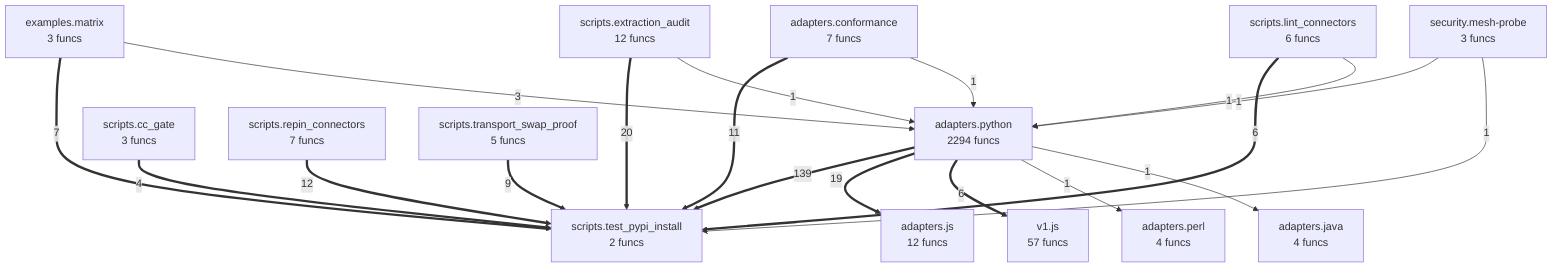
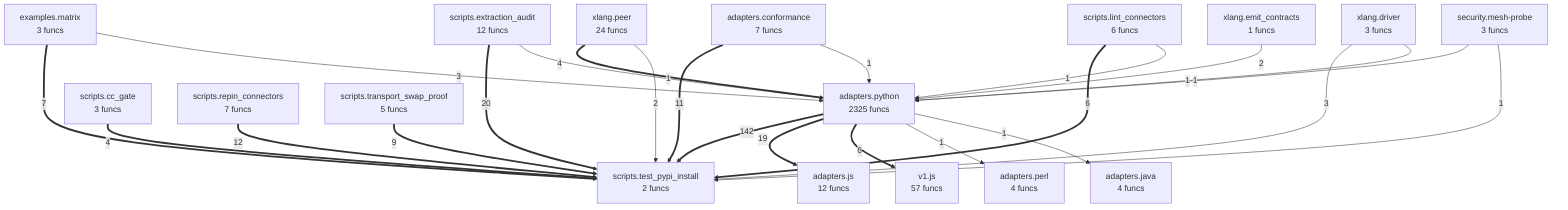
flowchart TD
- %% generated in 0.19s
+ %% generated in 0.16s
    adapters__conformance["adapters.conformance<br/>7 funcs"]
    adapters__java["adapters.java<br/>4 funcs"]
    adapters__js["adapters.js<br/>12 funcs"]
    adapters__perl["adapters.perl<br/>4 funcs"]
-     adapters__python["adapters.python<br/>2294 funcs"]
+     adapters__python["adapters.python<br/>2325 funcs"]
    examples__matrix["examples.matrix<br/>3 funcs"]
    scripts__cc_gate["scripts.cc_gate<br/>3 funcs"]
    scripts__extraction_audit["scripts.extraction_audit<br/>12 funcs"]
    scripts__lint_connectors["scripts.lint_connectors<br/>6 funcs"]
    scripts__repin_connectors["scripts.repin_connectors<br/>7 funcs"]
    scripts__test_pypi_install["scripts.test_pypi_install<br/>2 funcs"]
    scripts__transport_swap_proof["scripts.transport_swap_proof<br/>5 funcs"]
    security__mesh_probe["security.mesh-probe<br/>3 funcs"]
    v1__js["v1.js<br/>57 funcs"]
-     adapters__python ==>|139| scripts__test_pypi_install
+     xlang__driver["xlang.driver<br/>3 funcs"]
+     xlang__emit_contracts["xlang.emit_contracts<br/>1 funcs"]
+     xlang__peer["xlang.peer<br/>24 funcs"]
+     adapters__python ==>|142| scripts__test_pypi_install
    scripts__extraction_audit ==>|20| scripts__test_pypi_install
    adapters__python ==>|19| adapters__js
    scripts__repin_connectors ==>|12| scripts__test_pypi_install
    adapters__conformance ==>|11| scripts__test_pypi_install
    scripts__transport_swap_proof ==>|9| scripts__test_pypi_install
    examples__matrix ==>|7| scripts__test_pypi_install
    scripts__lint_connectors ==>|6| scripts__test_pypi_install
    adapters__python ==>|6| v1__js
    scripts__cc_gate ==>|4| scripts__test_pypi_install
+     xlang__peer ==>|4| adapters__python
    examples__matrix -->|3| adapters__python
+     xlang__driver -->|3| scripts__test_pypi_install
+     xlang__emit_contracts -->|2| adapters__python
+     xlang__peer -->|2| scripts__test_pypi_install
    security__mesh_probe -->|1| adapters__python
    security__mesh_probe -->|1| scripts__test_pypi_install
    scripts__lint_connectors -->|1| adapters__python
    scripts__extraction_audit -->|1| adapters__python
    adapters__conformance -->|1| adapters__python
    adapters__python -->|1| adapters__perl
    adapters__python -->|1| adapters__java
+     xlang__driver -->|1| adapters__python
